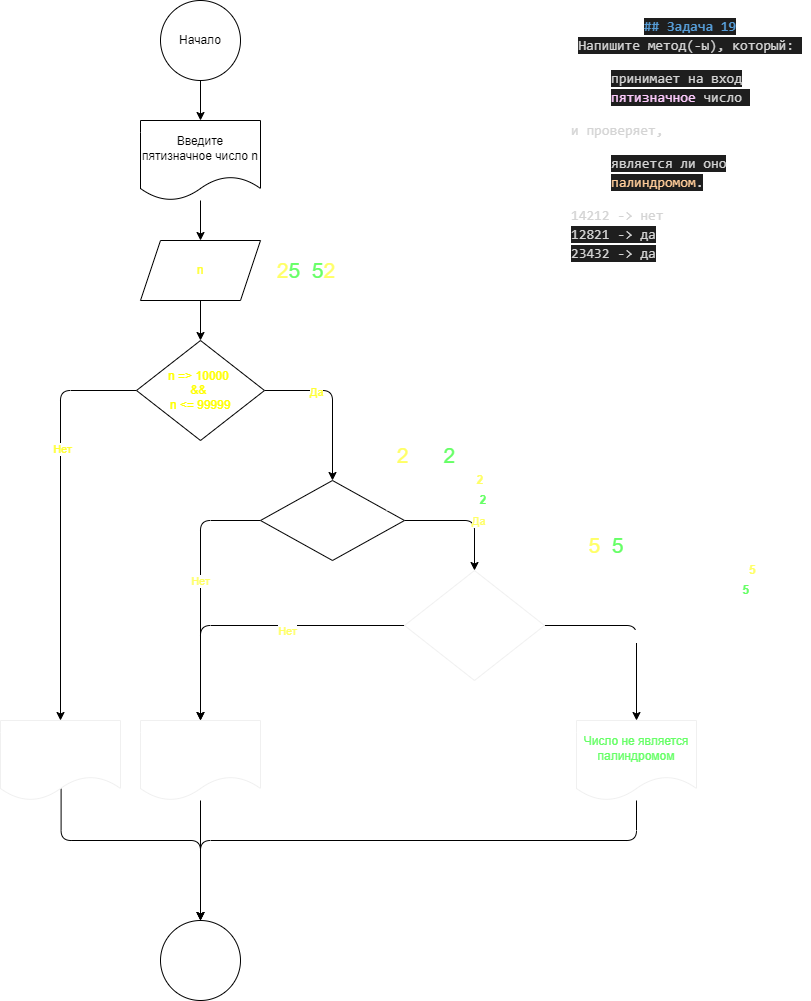
Before: Homework/Homewotk_03/Ex019/diagramma.drawio.png, a diagram exported from draw.io (dvmax1984/Csharp25022023). Source tidied: cells renumbered, new cells last; positions are measured from the earlier drawing's top-left corner, leaving out a move shared by most shapes.
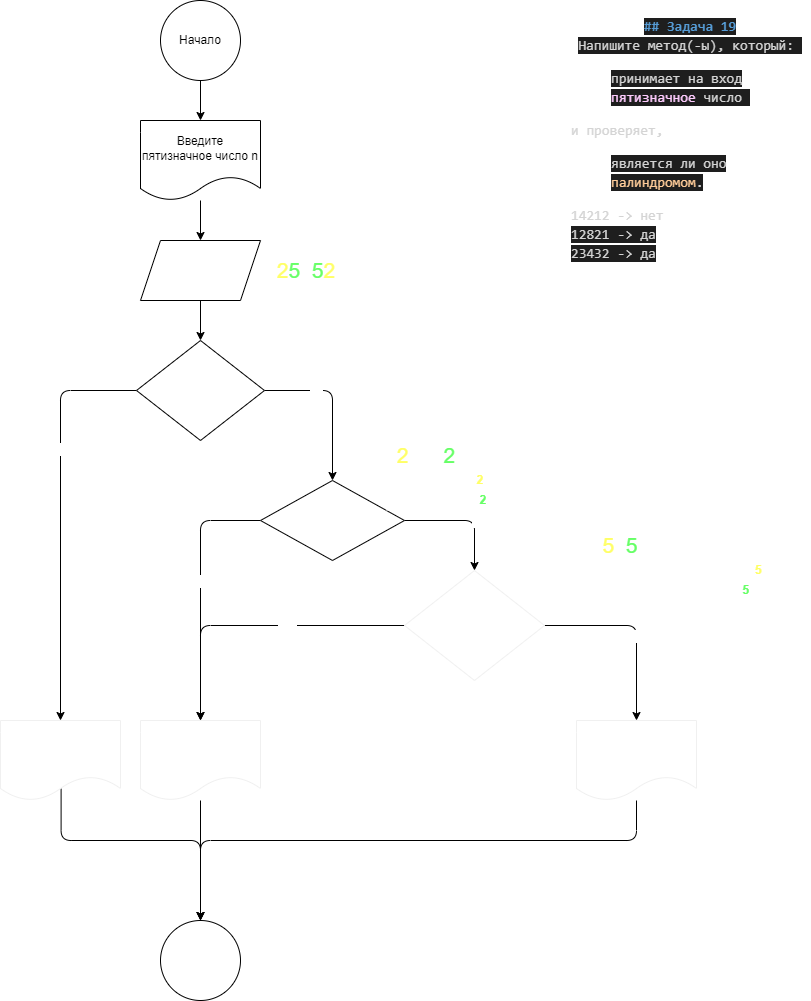
After the change.

Commit message:
Обновил диграмму в задаче HW03Ex019

The edit, as a diff of the source:
```diff
@@ -20,22 +20,22 @@
     <mxCell id="7" style="edgeStyle=none;html=1;" parent="1" edge="1" source="8" target="13">
       <mxGeometry relative="1" as="geometry" />
     </mxCell>
-    <mxCell id="8" value="&lt;font color=&quot;#ffff33&quot;&gt;n&lt;/font&gt;" style="shape=parallelogram;perimeter=parallelogramPerimeter;whiteSpace=wrap;html=1;fixedSize=1;" parent="1" vertex="1">
+    <mxCell id="8" value="&lt;font color=&quot;#ffffff&quot;&gt;n&lt;/font&gt;" style="shape=parallelogram;perimeter=parallelogramPerimeter;whiteSpace=wrap;html=1;fixedSize=1;" parent="1" vertex="1">
       <mxGeometry x="140" y="240" width="120" height="60" as="geometry" />
     </mxCell>
     <mxCell id="9" style="edgeStyle=orthogonalEdgeStyle;html=1;exitX=1;exitY=0.5;exitDx=0;exitDy=0;entryX=0.5;entryY=0;entryDx=0;entryDy=0;fontColor=#FFFF33;" parent="1" edge="1" source="13" target="21">
       <mxGeometry relative="1" as="geometry" />
     </mxCell>
-    <mxCell id="10" value="Да" style="edgeLabel;html=1;align=center;verticalAlign=middle;fontColor=#FFFF33;" parent="9" vertex="1">
+    <mxCell id="10" value="Да" style="edgeLabel;html=1;align=center;verticalAlign=middle;fontColor=#FFFFFF;" parent="9" vertex="1">
       <mxGeometry x="-0.35" y="-1" relative="1" as="geometry" />
     </mxCell>
     <mxCell id="11" style="edgeStyle=orthogonalEdgeStyle;html=1;exitX=0;exitY=0.5;exitDx=0;exitDy=0;fontColor=#FFFF33;" parent="1" edge="1" source="13" target="15">
       <mxGeometry relative="1" as="geometry" />
     </mxCell>
-    <mxCell id="12" value="Нет" style="edgeLabel;html=1;align=center;verticalAlign=middle;fontColor=#FFFF33;" parent="11" vertex="1">
+    <mxCell id="12" value="Нет" style="edgeLabel;html=1;align=center;verticalAlign=middle;fontColor=#FFFFFF;" parent="11" vertex="1">
       <mxGeometry x="-0.34" y="1" relative="1" as="geometry" />
     </mxCell>
-    <mxCell id="13" value="&lt;font color=&quot;#ffff00&quot;&gt;n =&amp;gt; 10000 &lt;br&gt;&amp;amp;&amp;amp; &lt;br&gt;n &amp;lt;= 99999&lt;/font&gt;" style="rhombus;whiteSpace=wrap;html=1;" parent="1" vertex="1">
+    <mxCell id="13" value="&lt;font color=&quot;#ffffff&quot;&gt;n =&amp;gt; 10000 &lt;br&gt;&amp;amp;&amp;amp; &lt;br&gt;n &amp;lt;= 99999&lt;/font&gt;" style="rhombus;whiteSpace=wrap;html=1;" parent="1" vertex="1">
       <mxGeometry x="136" y="340" width="128" height="100" as="geometry" />
     </mxCell>
     <mxCell id="14" style="edgeStyle=orthogonalEdgeStyle;html=1;entryX=0.5;entryY=0;entryDx=0;entryDy=0;fontColor=#FFFF33;exitX=0.505;exitY=0.852;exitDx=0;exitDy=0;exitPerimeter=0;" parent="1" edge="1" source="15" target="16">
@@ -55,13 +55,13 @@
     <mxCell id="17" style="edgeStyle=orthogonalEdgeStyle;html=1;exitX=1;exitY=0.5;exitDx=0;exitDy=0;entryX=0.5;entryY=0;entryDx=0;entryDy=0;fontColor=#66FF66;" parent="1" edge="1" source="21" target="29">
       <mxGeometry relative="1" as="geometry" />
     </mxCell>
-    <mxCell id="18" value="&lt;font color=&quot;#ffff66&quot;&gt;Да&lt;/font&gt;" style="edgeLabel;html=1;align=center;verticalAlign=middle;fontColor=#66FF66;" parent="17" vertex="1">
+    <mxCell id="18" value="&lt;font&gt;Да&lt;/font&gt;" style="edgeLabel;html=1;align=center;verticalAlign=middle;fontColor=#FFFFFF;" parent="17" vertex="1">
       <mxGeometry x="0.16" y="3" relative="1" as="geometry" />
     </mxCell>
     <mxCell id="19" style="edgeStyle=orthogonalEdgeStyle;html=1;exitX=0;exitY=0.5;exitDx=0;exitDy=0;entryX=0.5;entryY=0;entryDx=0;entryDy=0;fontColor=#FFFF66;" parent="1" edge="1" source="21" target="31">
       <mxGeometry relative="1" as="geometry" />
     </mxCell>
-    <mxCell id="20" value="Нет" style="edgeLabel;html=1;align=center;verticalAlign=middle;fontColor=#FFFF66;" parent="19" vertex="1">
+    <mxCell id="20" value="Нет" style="edgeLabel;html=1;align=center;verticalAlign=middle;fontColor=#FFFFFF;" parent="19" vertex="1">
       <mxGeometry x="-0.08" y="-1" relative="1" as="geometry" />
     </mxCell>
     <mxCell id="21" value="&lt;font color=&quot;#ffffff&quot;&gt;n % 10&amp;nbsp;==&amp;nbsp;n / 10000&lt;/font&gt;" style="rhombus;whiteSpace=wrap;html=1;fontColor=#FFFF33;" parent="1" vertex="1">
@@ -79,7 +79,7 @@
     <mxCell id="25" style="edgeStyle=orthogonalEdgeStyle;html=1;exitX=0;exitY=0.5;exitDx=0;exitDy=0;entryX=0.5;entryY=0;entryDx=0;entryDy=0;fontSize=21;fontColor=#66FF66;" parent="1" edge="1" source="29" target="31">
       <mxGeometry relative="1" as="geometry" />
     </mxCell>
-    <mxCell id="26" value="&lt;font color=&quot;#ffff66&quot; style=&quot;font-size: 11px;&quot;&gt;Нет&lt;/font&gt;" style="edgeLabel;html=1;align=center;verticalAlign=middle;fontSize=21;fontColor=#66FF66;" parent="25" vertex="1">
+    <mxCell id="26" value="&lt;font style=&quot;font-size: 11px;&quot;&gt;Нет&lt;/font&gt;" style="edgeLabel;html=1;align=center;verticalAlign=middle;fontSize=21;fontColor=#FFFFFF;" parent="25" vertex="1">
       <mxGeometry x="-0.21" y="1" relative="1" as="geometry" />
     </mxCell>
     <mxCell id="27" style="edgeStyle=orthogonalEdgeStyle;html=1;entryX=0.5;entryY=0;entryDx=0;entryDy=0;fontSize=11;fontColor=#FFFFFF;" parent="1" edge="1" source="29" target="37">
@@ -102,10 +102,10 @@
       <mxGeometry x="140" y="720" width="120" height="80" as="geometry" />
     </mxCell>
     <mxCell id="32" value="25152 / 1000 = 25.152 % 10 = &lt;font color=&quot;#ffff66&quot;&gt;&lt;b&gt;5&lt;/b&gt;&lt;/font&gt;" style="text;strokeColor=none;align=center;fillColor=default;html=1;verticalAlign=middle;whiteSpace=wrap;rounded=0;fontColor=#FFFFFF;" parent="1" vertex="1">
-      <mxGeometry x="570" y="560" width="200" height="20" as="geometry" />
+      <mxGeometry x="576" y="560" width="200" height="20" as="geometry" />
     </mxCell>
     <mxCell id="33" value="&lt;font style=&quot;font-size: 21px;&quot;&gt;&lt;font style=&quot;color: rgb(255, 255, 255); font-size: 21px;&quot;&gt;2&lt;/font&gt;&lt;font color=&quot;#ffff66&quot; style=&quot;font-size: 21px;&quot;&gt;5&lt;/font&gt;&lt;font style=&quot;color: rgb(255, 255, 255); font-size: 21px;&quot;&gt;1&lt;/font&gt;&lt;font color=&quot;#66ff66&quot; style=&quot;font-size: 21px;&quot;&gt;5&lt;/font&gt;&lt;font style=&quot;color: rgb(255, 255, 255); font-size: 21px;&quot;&gt;2&lt;/font&gt;&lt;/font&gt;" style="text;strokeColor=none;align=center;fillColor=default;html=1;verticalAlign=middle;whiteSpace=wrap;rounded=0;fontColor=#FFFF33;" parent="1" vertex="1">
-      <mxGeometry x="576" y="530" width="60" height="30" as="geometry" />
+      <mxGeometry x="590" y="530" width="60" height="30" as="geometry" />
     </mxCell>
     <mxCell id="34" value="25152 / 10 = 2515.2 % 10 = &lt;font color=&quot;#66ff66&quot;&gt;&lt;b&gt;5&lt;/b&gt;&lt;/font&gt;" style="text;strokeColor=none;align=center;fillColor=default;html=1;verticalAlign=middle;whiteSpace=wrap;rounded=0;fontColor=#FFFFFF;" parent="1" vertex="1">
       <mxGeometry x="570" y="580" width="200" height="20" as="geometry" />
@@ -121,7 +121,7 @@
         </Array>
       </mxGeometry>
     </mxCell>
-    <mxCell id="37" value="&lt;font color=&quot;#66ff66&quot;&gt;Число не является палиндромом&lt;/font&gt;" style="shape=document;whiteSpace=wrap;html=1;boundedLbl=1;strokeColor=#F0F0F0;fontColor=#FFFF66;" parent="1" vertex="1">
+    <mxCell id="37" value="&lt;font color=&quot;#ffffff&quot;&gt;Число не является палиндромом&lt;/font&gt;" style="shape=document;whiteSpace=wrap;html=1;boundedLbl=1;strokeColor=#F0F0F0;fontColor=#FFFF66;" parent="1" vertex="1">
       <mxGeometry x="576" y="720" width="120" height="80" as="geometry" />
     </mxCell>
   </root>
```
